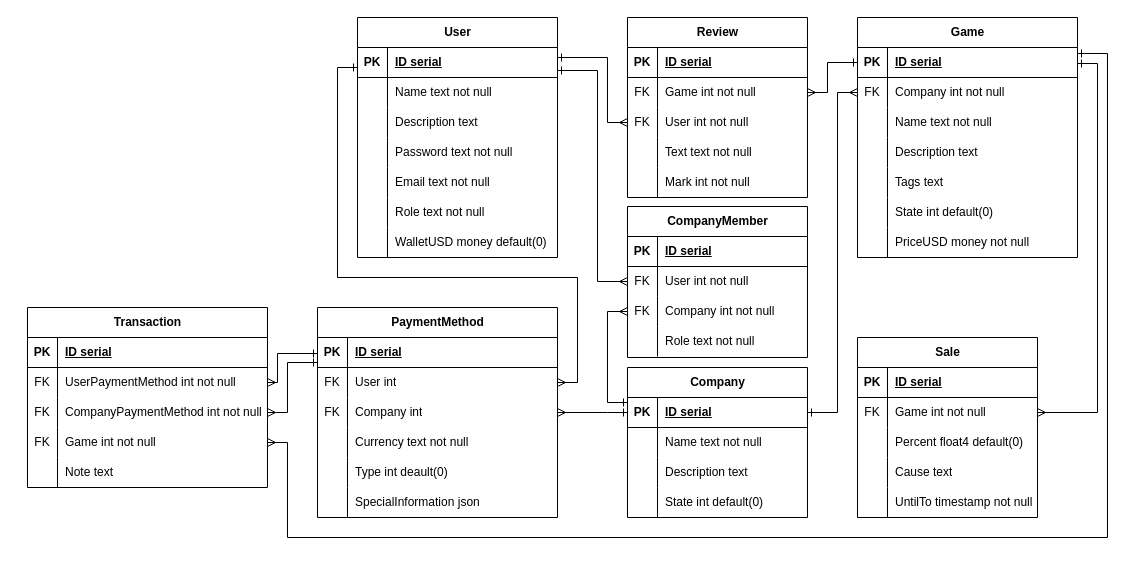
Above: BD_UML.drawio in DioMain/Node.js-Cursovoi (draw.io), before the change. Source tidied: cells renumbered, new cells numbered last; positions are measured from the earlier drawing's top-left corner, leaving out a move shared by most shapes. Both pictures are drawn from the tidied source at 100%, with x=0, y=0 at pixel (27, 17).
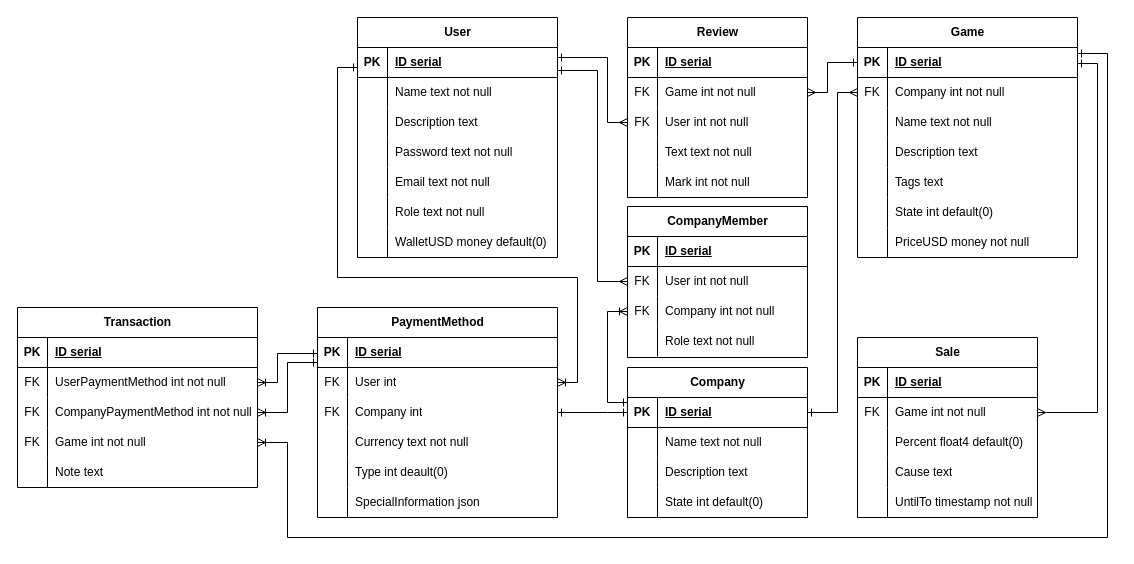
The same page after the edit.

Unchanged cells that the change refers to:
```xml
<mxCell id="3" style="shape=tableRow;horizontal=0;startSize=0;swimlaneHead=0;swimlaneBody=0;fillColor=none;points=[[0,0.5],[1,0.5]];portConstraint=eastwest;top=0;left=0;right=0;bottom=1;" parent="2" vertex="1">
  <mxGeometry y="30" width="200" height="30" as="geometry" />
</mxCell>
<mxCell id="25" style="shape=tableRow;horizontal=0;startSize=0;swimlaneHead=0;swimlaneBody=0;fillColor=none;points=[[0,0.5],[1,0.5]];portConstraint=eastwest;top=0;left=0;right=0;bottom=1;" parent="24" vertex="1">
  <mxGeometry y="30" width="220" height="30" as="geometry" />
</mxCell>
<mxCell id="47" style="shape=tableRow;horizontal=0;startSize=0;swimlaneHead=0;swimlaneBody=0;fillColor=none;points=[[0,0.5],[1,0.5]];portConstraint=eastwest;top=0;left=0;right=0;bottom=1;" parent="46" vertex="1">
  <mxGeometry y="30" width="180" height="30" as="geometry" />
</mxCell>
<mxCell id="79" style="shape=tableRow;horizontal=0;startSize=0;swimlaneHead=0;swimlaneBody=0;fillColor=none;points=[[0,0.5],[1,0.5]];portConstraint=eastwest;top=0;left=0;right=0;bottom=0;" parent="75" vertex="1">
  <mxGeometry y="60" width="240" height="30" as="geometry" />
</mxCell>
<mxCell id="82" style="shape=tableRow;horizontal=0;startSize=0;swimlaneHead=0;swimlaneBody=0;fillColor=none;points=[[0,0.5],[1,0.5]];portConstraint=eastwest;top=0;left=0;right=0;bottom=0;" parent="75" vertex="1">
  <mxGeometry y="90" width="240" height="30" as="geometry" />
</mxCell>
<mxCell id="85" style="shape=tableRow;horizontal=0;startSize=0;swimlaneHead=0;swimlaneBody=0;fillColor=none;points=[[0,0.5],[1,0.5]];portConstraint=eastwest;top=0;left=0;right=0;bottom=0;" parent="75" vertex="1">
  <mxGeometry y="120" width="240" height="30" as="geometry" />
</mxCell>
<mxCell id="99" style="shape=tableRow;horizontal=0;startSize=0;swimlaneHead=0;swimlaneBody=0;fillColor=none;points=[[0,0.5],[1,0.5]];portConstraint=eastwest;top=0;left=0;right=0;bottom=0;" parent="92" vertex="1">
  <mxGeometry y="90" width="180" height="30" as="geometry" />
</mxCell>
<mxCell id="109" style="shape=tableRow;horizontal=0;startSize=0;swimlaneHead=0;swimlaneBody=0;fillColor=none;points=[[0,0.5],[1,0.5]];portConstraint=eastwest;top=0;left=0;right=0;bottom=0;" parent="105" vertex="1">
  <mxGeometry y="60" width="240" height="30" as="geometry" />
</mxCell>
<mxCell id="112" style="shape=tableRow;horizontal=0;startSize=0;swimlaneHead=0;swimlaneBody=0;fillColor=none;points=[[0,0.5],[1,0.5]];portConstraint=eastwest;top=0;left=0;right=0;bottom=0;" parent="105" vertex="1">
  <mxGeometry y="90" width="240" height="30" as="geometry" />
</mxCell>
```

Change to the diagram source:
```diff
@@
     <mxCell id="75" value="Transaction" style="shape=table;startSize=30;childLayout=tableLayout;rowLines=0;fontStyle=1;align=center;html=1;" parent="1" vertex="1">
-      <mxGeometry y="290" width="240" height="180" as="geometry" />
+      <mxGeometry x="-10" y="290" width="240" height="180" as="geometry" />
     </mxCell>
@@
-    <mxCell id="124" style="edgeStyle=orthogonalEdgeStyle;rounded=0;jettySize=auto;html=1;entryX=1;entryY=0.5;entryDx=0;entryDy=0;endArrow=ERmany;endFill=0;startArrow=ERone;startFill=0;" parent="1" edge="1" source="3" target="109">
+    <mxCell id="124" style="edgeStyle=orthogonalEdgeStyle;rounded=0;jettySize=auto;html=1;entryX=1;entryY=0.5;entryDx=0;entryDy=0;endArrow=ERoneToMany;endFill=0;startArrow=ERone;startFill=0;" parent="1" edge="1" source="3" target="109">
       <mxGeometry relative="1" as="geometry">
         <Array as="points">
           <mxPoint x="310" y="50" />
           <mxPoint x="310" y="260" />
           <mxPoint x="550" y="260" />
           <mxPoint x="550" y="365" />
         </Array>
       </mxGeometry>
     </mxCell>
-    <mxCell id="125" style="edgeStyle=orthogonalEdgeStyle;rounded=0;jettySize=auto;html=1;entryX=1;entryY=0.5;entryDx=0;entryDy=0;endArrow=ERmany;endFill=0;startArrow=ERone;startFill=0;" parent="1" edge="1" target="79">
+    <mxCell id="125" style="edgeStyle=orthogonalEdgeStyle;rounded=0;jettySize=auto;html=1;entryX=1;entryY=0.5;entryDx=0;entryDy=0;endArrow=ERoneToMany;endFill=0;startArrow=ERone;startFill=0;" parent="1" edge="1" target="79">
       <mxGeometry relative="1" as="geometry">
         <mxPoint x="282" y="336" as="sourcePoint" />
         <Array as="points">
           <mxPoint x="290" y="336" />
           <mxPoint x="250" y="336" />
           <mxPoint x="250" y="365" />
         </Array>
       </mxGeometry>
     </mxCell>
-    <mxCell id="126" style="edgeStyle=orthogonalEdgeStyle;rounded=0;jettySize=auto;html=1;entryX=1;entryY=0.5;entryDx=0;entryDy=0;endArrow=ERmany;endFill=0;startArrow=ERone;startFill=0;" parent="1" edge="1" target="82">
+    <mxCell id="126" style="edgeStyle=orthogonalEdgeStyle;rounded=0;jettySize=auto;html=1;entryX=1;entryY=0.5;entryDx=0;entryDy=0;endArrow=ERoneToMany;endFill=0;startArrow=ERone;startFill=0;" parent="1" edge="1" target="82">
       <mxGeometry relative="1" as="geometry">
         <mxPoint x="282" y="345" as="sourcePoint" />
         <Array as="points">
           <mxPoint x="290" y="345" />
           <mxPoint x="260" y="345" />
           <mxPoint x="260" y="395" />
         </Array>
       </mxGeometry>
     </mxCell>
-    <mxCell id="127" style="edgeStyle=orthogonalEdgeStyle;rounded=0;jettySize=auto;html=1;entryX=1;entryY=0.5;entryDx=0;entryDy=0;startArrow=ERone;startFill=0;endArrow=ERmany;endFill=0;" parent="1" edge="1" source="47" target="112">
+    <mxCell id="127" style="edgeStyle=orthogonalEdgeStyle;rounded=0;jettySize=auto;html=1;entryX=1;entryY=0.5;entryDx=0;entryDy=0;startArrow=ERone;startFill=0;endArrow=ERone;endFill=0;" parent="1" edge="1" source="47" target="112">
       <mxGeometry relative="1" as="geometry">
         <Array as="points">
           <mxPoint x="580" y="395" />
           <mxPoint x="580" y="395" />
         </Array>
       </mxGeometry>
     </mxCell>
@@
-    <mxCell id="129" style="edgeStyle=orthogonalEdgeStyle;rounded=0;jettySize=auto;html=1;startArrow=ERone;startFill=0;endArrow=ERmany;endFill=0;" parent="1" edge="1" source="47" target="99">
+    <mxCell id="129" style="edgeStyle=orthogonalEdgeStyle;rounded=0;jettySize=auto;html=1;startArrow=ERone;startFill=0;endArrow=ERoneToMany;endFill=0;" parent="1" edge="1" source="47" target="99">
       <mxGeometry relative="1" as="geometry">
         <Array as="points">
           <mxPoint x="580" y="385" />
           <mxPoint x="580" y="294" />
         </Array>
       </mxGeometry>
     </mxCell>
-    <mxCell id="130" style="edgeStyle=orthogonalEdgeStyle;rounded=0;jettySize=auto;html=1;endArrow=ERmany;endFill=0;startArrow=ERone;startFill=0;entryX=1;entryY=0.5;entryDx=0;entryDy=0;" parent="1" edge="1" source="25" target="85">
+    <mxCell id="130" style="edgeStyle=orthogonalEdgeStyle;rounded=0;jettySize=auto;html=1;endArrow=ERoneToMany;endFill=0;startArrow=ERone;startFill=0;entryX=1;entryY=0.5;entryDx=0;entryDy=0;" parent="1" edge="1" source="25" target="85">
       <mxGeometry relative="1" as="geometry">
         <Array as="points">
           <mxPoint x="1080" y="36" />
           <mxPoint x="1080" y="520" />
           <mxPoint x="260" y="520" />
           <mxPoint x="260" y="425" />
         </Array>
       </mxGeometry>
     </mxCell>
```
